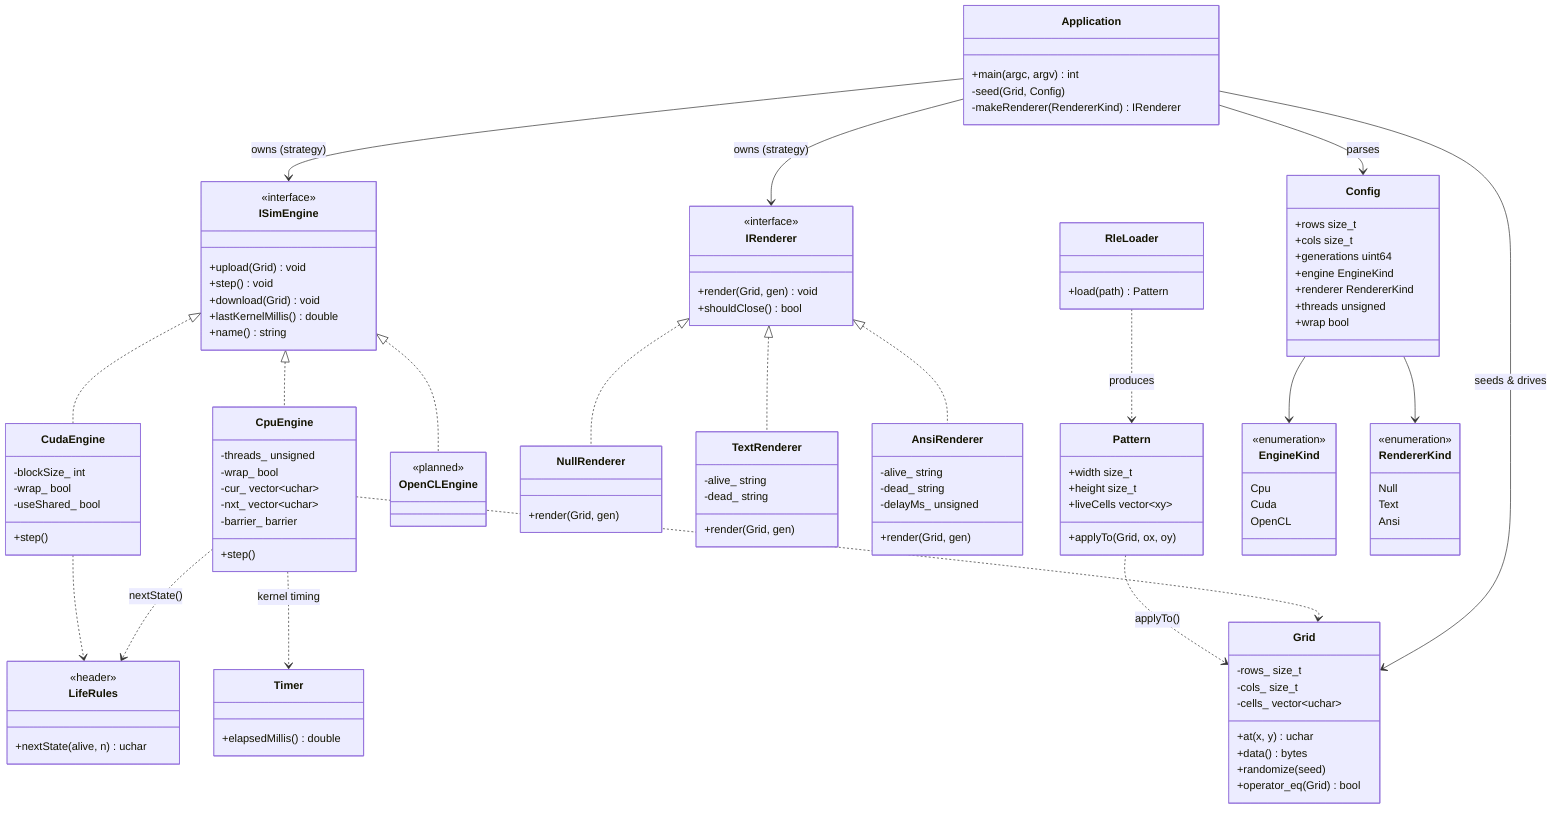
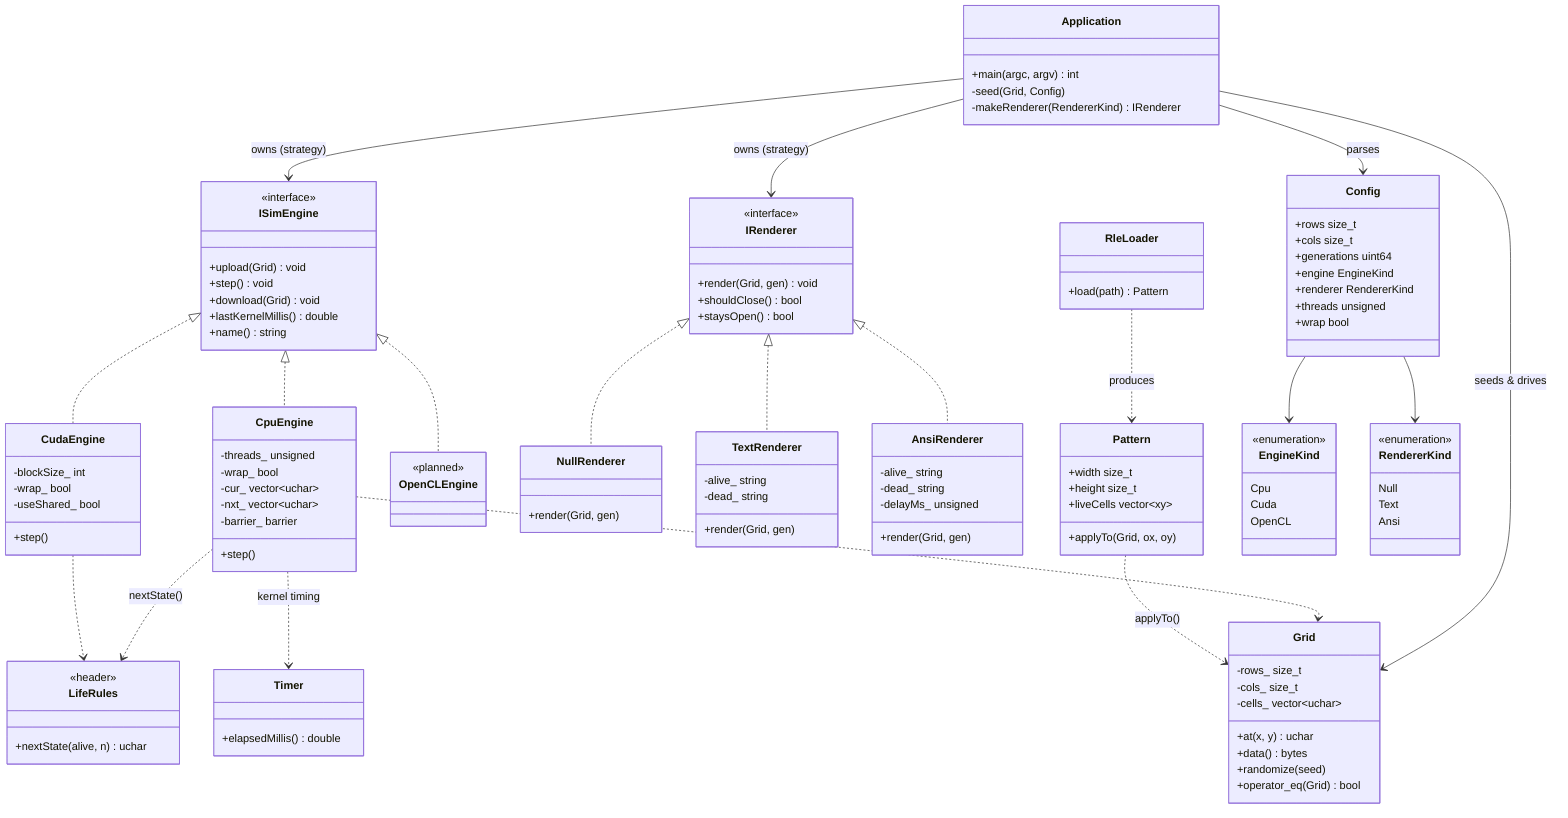
%% Game of Life (CPU / CUDA / OpenCL) -- architecture & strategy pattern.
%% Source of truth for the UML; render with mermaid-cli (mmdc).
%% NOTE: -c mermaid-config.json sets htmlLabels:false so the SVG uses native
%% <text> (not <foreignObject>); without it rsvg-convert produces a text-less PDF.
%%   mmdc -i report/diagrams/architecture.mmd -o report/img/uml_architecture.svg \
%%        -p report/diagrams/puppeteer.json -c report/diagrams/mermaid-config.json -b white -t neutral
%%   rsvg-convert -f pdf -o report/img/uml_architecture.pdf report/img/uml_architecture.svg
%%   mmdc -i report/diagrams/architecture.mmd -o report/img/uml_architecture.png \
%%        -p report/diagrams/puppeteer.json -c report/diagrams/mermaid-config.json -b white -t neutral -s 3
classDiagram
  direction TB

  class Application {
    +main(argc, argv) int
    -seed(Grid, Config)
    -makeRenderer(RendererKind) IRenderer
  }

  class ISimEngine {
    <<interface>>
    +upload(Grid) void
    +step() void
    +download(Grid) void
    +lastKernelMillis() double
    +name() string
  }
  class IRenderer {
    <<interface>>
    +render(Grid, gen) void
    +shouldClose() bool
+     +staysOpen() bool
  }

  class CpuEngine {
    -threads_ unsigned
    -wrap_ bool
    -cur_ vector~uchar~
    -nxt_ vector~uchar~
    -barrier_ barrier
    +step()
  }
  class CudaEngine {
    -blockSize_ int
    -wrap_ bool
    -useShared_ bool
    +step()
  }
  class OpenCLEngine {
    <<planned>>
  }

  class NullRenderer {
    +render(Grid, gen)
  }
  class TextRenderer {
    -alive_ string
    -dead_ string
    +render(Grid, gen)
  }
  class AnsiRenderer {
    -alive_ string
    -dead_ string
    -delayMs_ unsigned
    +render(Grid, gen)
  }

  class Grid {
    -rows_ size_t
    -cols_ size_t
    -cells_ vector~uchar~
    +at(x, y) uchar
    +data() bytes
    +randomize(seed)
    +operator_eq(Grid) bool
  }
  class Config {
    +rows size_t
    +cols size_t
    +generations uint64
    +engine EngineKind
    +renderer RendererKind
    +threads unsigned
    +wrap bool
  }
  class Pattern {
    +width size_t
    +height size_t
    +liveCells vector~xy~
    +applyTo(Grid, ox, oy)
  }
  class RleLoader {
    +load(path) Pattern
  }
  class LifeRules {
    <<header>>
    +nextState(alive, n) uchar
  }
  class Timer {
    +elapsedMillis() double
  }
  class EngineKind {
    <<enumeration>>
    Cpu
    Cuda
    OpenCL
  }
  class RendererKind {
    <<enumeration>>
    Null
    Text
    Ansi
  }

  ISimEngine <|.. CpuEngine
  ISimEngine <|.. CudaEngine
  ISimEngine <|.. OpenCLEngine
  IRenderer <|.. NullRenderer
  IRenderer <|.. TextRenderer
  IRenderer <|.. AnsiRenderer

  Application --> ISimEngine : owns (strategy)
  Application --> IRenderer : owns (strategy)
  Application --> Grid : seeds & drives
  Application --> Config : parses

  CpuEngine ..> Grid
  CpuEngine ..> LifeRules : nextState()
  CpuEngine ..> Timer : kernel timing
  CudaEngine ..> LifeRules
  RleLoader ..> Pattern : produces
  Pattern ..> Grid : applyTo()
  Config --> EngineKind
  Config --> RendererKind
